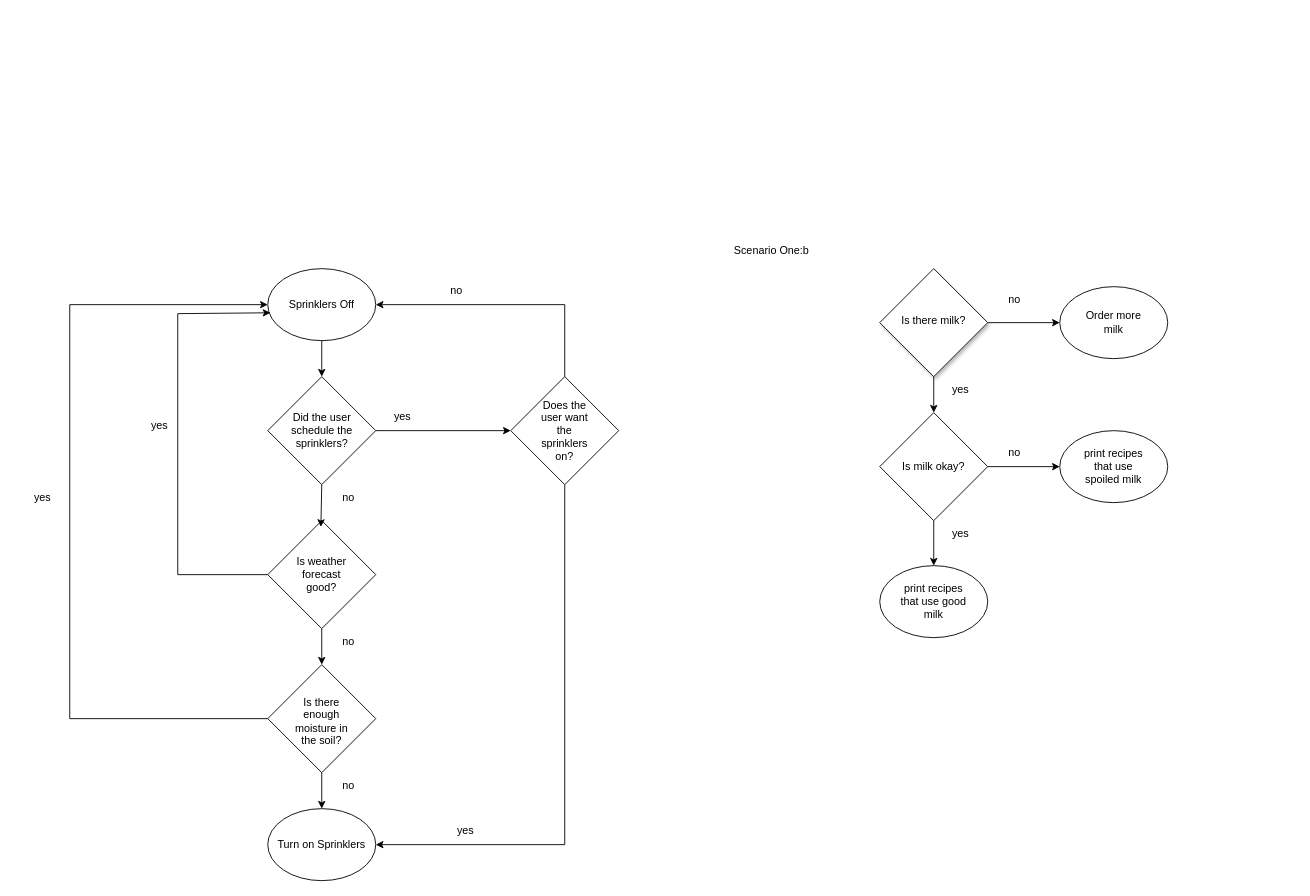
Above: Untitled Diagram.drawio in Panda0one0/Project (draw.io), before the change. Source tidied: cells renumbered, new cells numbered last; positions are measured from the earlier drawing's top-left corner, leaving out a move shared by most shapes. Both pictures are drawn from the tidied source at 90%, with x=0, y=0 at pixel (15, 232).
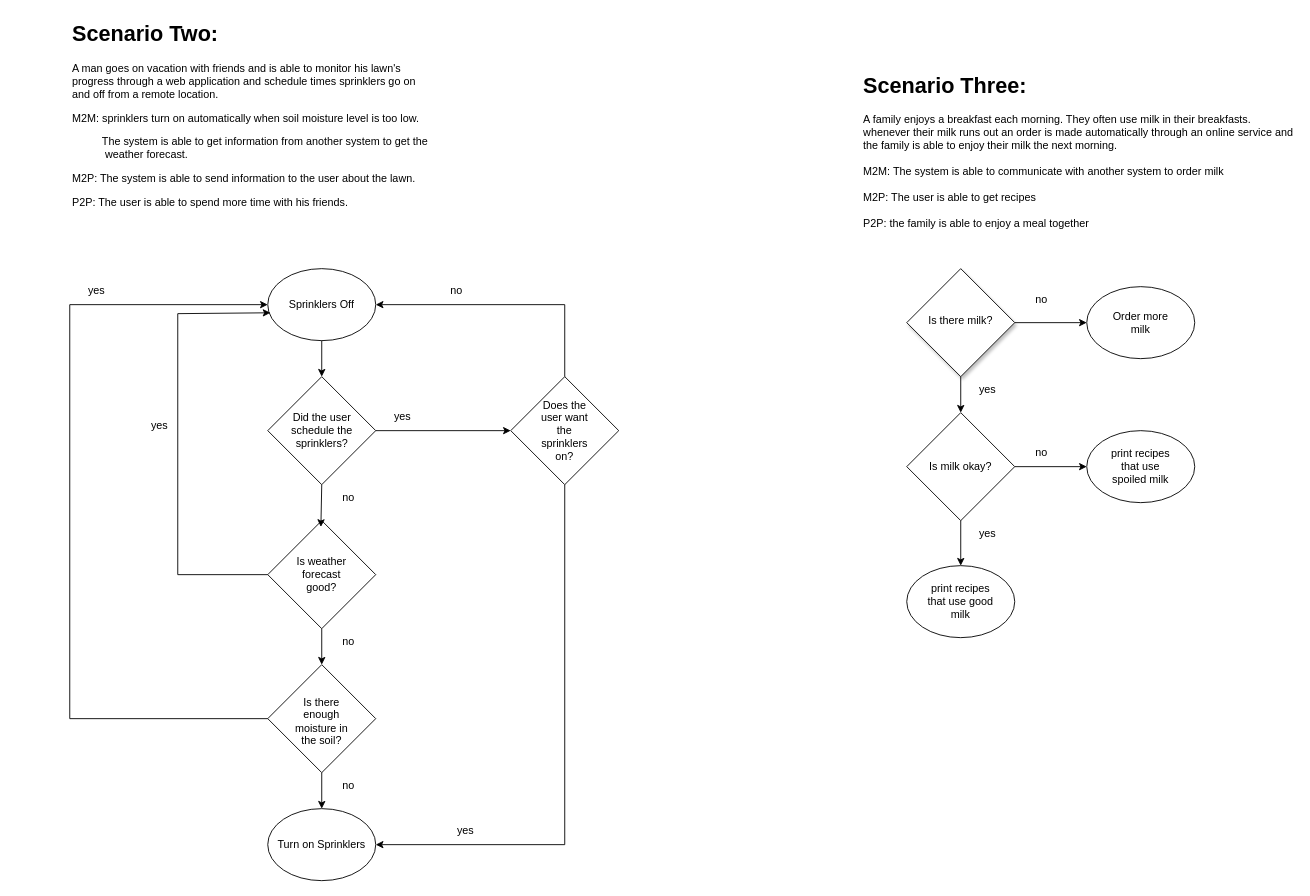
After the change.

The edit, as a diff of the source:
```diff
@@
     <mxCell id="2" style="rhombus;whiteSpace=wrap;html=1;shadow=1;" parent="1" vertex="1">
-      <mxGeometry x="960" y="40" width="120" height="120" as="geometry" />
+      <mxGeometry x="990" y="40" width="120" height="120" as="geometry" />
     </mxCell>
     <mxCell id="3" style="rhombus;whiteSpace=wrap;html=1;" parent="1" vertex="1">
-      <mxGeometry x="960" y="200" width="120" height="120" as="geometry" />
+      <mxGeometry x="990" y="200" width="120" height="120" as="geometry" />
     </mxCell>
     <mxCell id="4" style="ellipse;whiteSpace=wrap;html=1;" parent="1" vertex="1">
-      <mxGeometry x="1160" y="60" width="120" height="80" as="geometry" />
+      <mxGeometry x="1190" y="60" width="120" height="80" as="geometry" />
     </mxCell>
     <mxCell id="5" style="ellipse;whiteSpace=wrap;html=1;" parent="1" vertex="1">
-      <mxGeometry x="1160" y="220" width="120" height="80" as="geometry" />
+      <mxGeometry x="1190" y="220" width="120" height="80" as="geometry" />
     </mxCell>
     <mxCell id="6" style="ellipse;whiteSpace=wrap;html=1;" parent="1" vertex="1">
-      <mxGeometry x="960" y="370" width="120" height="80" as="geometry" />
+      <mxGeometry x="990" y="370" width="120" height="80" as="geometry" />
     </mxCell>
@@
     <mxCell id="11" value="Is there milk?" style="text;html=1;align=center;verticalAlign=middle;whiteSpace=wrap;rounded=0;" parent="1" vertex="1">
-      <mxGeometry x="980" y="80" width="80" height="35" as="geometry" />
+      <mxGeometry x="1010" y="80" width="80" height="35" as="geometry" />
     </mxCell>
     <mxCell id="12" value="no" style="text;html=1;align=center;verticalAlign=middle;whiteSpace=wrap;rounded=0;" parent="1" vertex="1">
-      <mxGeometry x="1080" y="60" width="60" height="30" as="geometry" />
+      <mxGeometry x="1110" y="60" width="60" height="30" as="geometry" />
     </mxCell>
     <mxCell id="13" value="yes" style="text;html=1;align=center;verticalAlign=middle;whiteSpace=wrap;rounded=0;" parent="1" vertex="1">
-      <mxGeometry x="1020" y="160" width="60" height="30" as="geometry" />
+      <mxGeometry x="1050" y="160" width="60" height="30" as="geometry" />
     </mxCell>
     <mxCell id="14" value="Is milk okay?" style="text;html=1;align=center;verticalAlign=middle;whiteSpace=wrap;rounded=0;" parent="1" vertex="1">
-      <mxGeometry x="980" y="240" width="80" height="40" as="geometry" />
+      <mxGeometry x="1010" y="240" width="80" height="40" as="geometry" />
     </mxCell>
     <mxCell id="15" value="no" style="text;html=1;align=center;verticalAlign=middle;whiteSpace=wrap;rounded=0;" parent="1" vertex="1">
-      <mxGeometry x="1080" y="230" width="60" height="30" as="geometry" />
+      <mxGeometry x="1110" y="230" width="60" height="30" as="geometry" />
     </mxCell>
     <mxCell id="16" value="yes" style="text;html=1;align=center;verticalAlign=middle;whiteSpace=wrap;rounded=0;" parent="1" vertex="1">
-      <mxGeometry x="1020" y="320" width="60" height="30" as="geometry" />
+      <mxGeometry x="1050" y="320" width="60" height="30" as="geometry" />
     </mxCell>
     <mxCell id="17" value="Order more milk" style="text;html=1;align=center;verticalAlign=middle;whiteSpace=wrap;rounded=0;" parent="1" vertex="1">
-      <mxGeometry x="1180" y="80" width="80" height="40" as="geometry" />
+      <mxGeometry x="1210" y="80" width="80" height="40" as="geometry" />
     </mxCell>
     <mxCell id="18" value="print recipes that use spoiled milk" style="text;html=1;align=center;verticalAlign=middle;whiteSpace=wrap;rounded=0;" parent="1" vertex="1">
-      <mxGeometry x="1180" y="230" width="80" height="60" as="geometry" />
+      <mxGeometry x="1210" y="230" width="80" height="60" as="geometry" />
     </mxCell>
     <mxCell id="19" value="print recipes that use good milk" style="text;html=1;align=center;verticalAlign=middle;whiteSpace=wrap;rounded=0;" parent="1" vertex="1">
-      <mxGeometry x="980" y="380" width="80" height="60" as="geometry" />
+      <mxGeometry x="1010" y="380" width="80" height="60" as="geometry" />
     </mxCell>
-    <mxCell id="20" value="Scenario One:b" style="text;html=1;align=center;verticalAlign=middle;whiteSpace=wrap;rounded=0;" parent="1" vertex="1">
-      <mxGeometry x="780" width="120" height="40" as="geometry" />
-    </mxCell>
@@
     <mxCell id="46" value="yes" style="text;html=1;align=center;verticalAlign=middle;whiteSpace=wrap;rounded=0;" parent="1" vertex="1">
-      <mxGeometry y="280" width="60" height="30" as="geometry" />
+      <mxGeometry x="60" y="50" width="60" height="30" as="geometry" />
     </mxCell>
@@
+    <mxCell id="49" value="&lt;h1 style=&quot;margin-top: 0px;&quot;&gt;Scenario Two:&lt;/h1&gt;&lt;p&gt;A man goes on vacation with friends and is able to monitor his lawn's progress through a web application and schedule times sprinklers go on and off from a remote location.&lt;/p&gt;&lt;p&gt;M2M: sprinklers turn on automatically when soil moisture level is too low.&lt;/p&gt;&lt;p&gt;&lt;span style=&quot;white-space: pre;&quot;&gt;&#9;&lt;/span&gt;&amp;nbsp; The system is able to get information from another system to get the &lt;span style=&quot;white-space: pre;&quot;&gt;&#9;&lt;/span&gt;&amp;nbsp; &amp;nbsp;weather forecast.&lt;span style=&quot;background-color: transparent; color: light-dark(rgb(0, 0, 0), rgb(255, 255, 255));&quot;&gt;&amp;nbsp;&lt;/span&gt;&lt;/p&gt;&lt;p&gt;M2P: The system is able to send information to the user about the lawn.&lt;/p&gt;&lt;p&gt;P2P: The user is able to spend more time with his friends.&lt;/p&gt;" style="text;html=1;whiteSpace=wrap;overflow=hidden;rounded=0;" parent="1" vertex="1">
+      <mxGeometry x="61" y="-241" width="400" height="240" as="geometry" />
+    </mxCell>
+    <mxCell id="50" value="&lt;h1&gt;Scenario Three:&lt;/h1&gt;&lt;div&gt;A family enjoys a breakfast each morning. They often use milk in their breakfasts. whenever their milk runs out an order is made automatically through an online service and the family is able to enjoy their milk the next morning.&amp;nbsp;&lt;/div&gt;&lt;div&gt;&lt;br&gt;&lt;/div&gt;&lt;div&gt;M2M: The system is able to communicate with another system to order milk&lt;/div&gt;&lt;div&gt;&lt;br&gt;&lt;/div&gt;&lt;div&gt;M2P: The user is able to get recipes&amp;nbsp;&lt;/div&gt;&lt;div&gt;&lt;br&gt;&lt;/div&gt;&lt;div&gt;P2P: the family is able to enjoy a meal together&amp;nbsp;&lt;/div&gt;" style="text;html=1;whiteSpace=wrap;overflow=hidden;rounded=0;" parent="1" vertex="1">
+      <mxGeometry x="940" y="-200" width="480" height="220" as="geometry" />
+    </mxCell>
```
